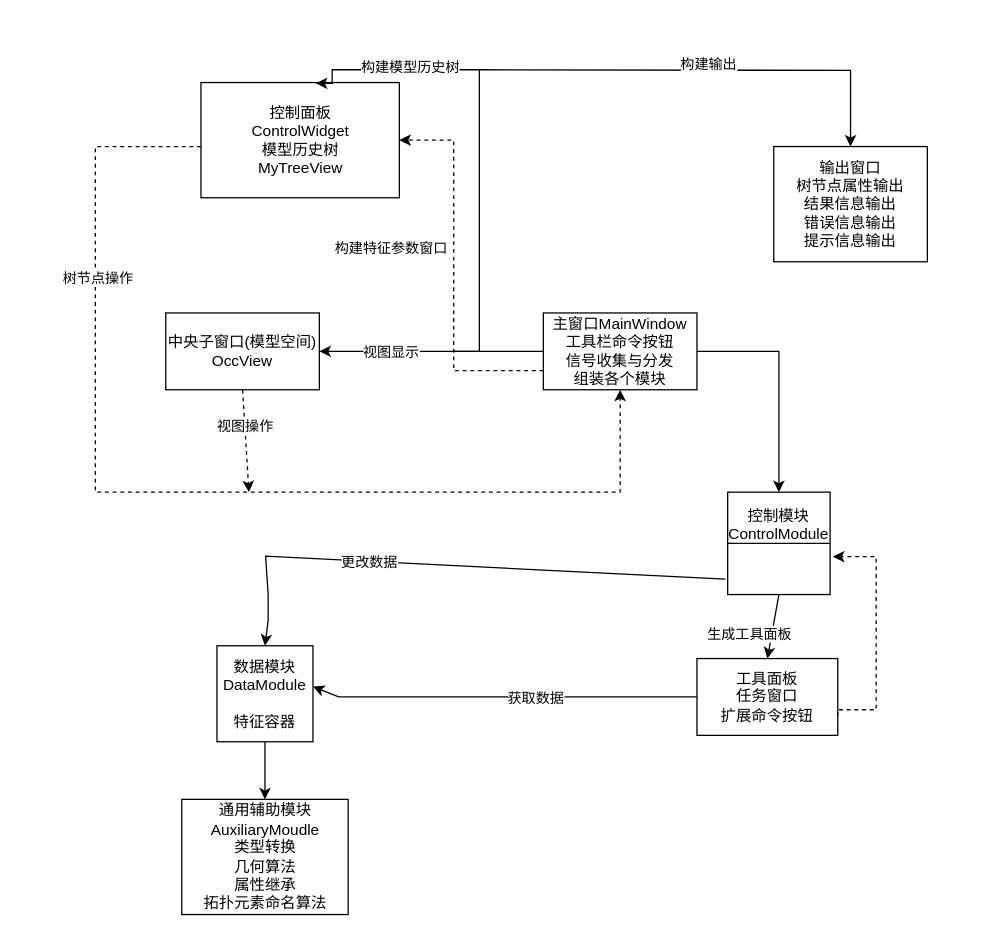
Before: mvc详解架构.drawio in liuhuliuhu123/First-test, a draw.io diagram. Source tidied: cells renumbered, new cells numbered last; positions are measured from the earlier drawing's top-left corner, leaving out a move shared by most shapes. Both pictures are drawn from the tidied source at 128%, with x=0, y=0 at pixel (95, 69).
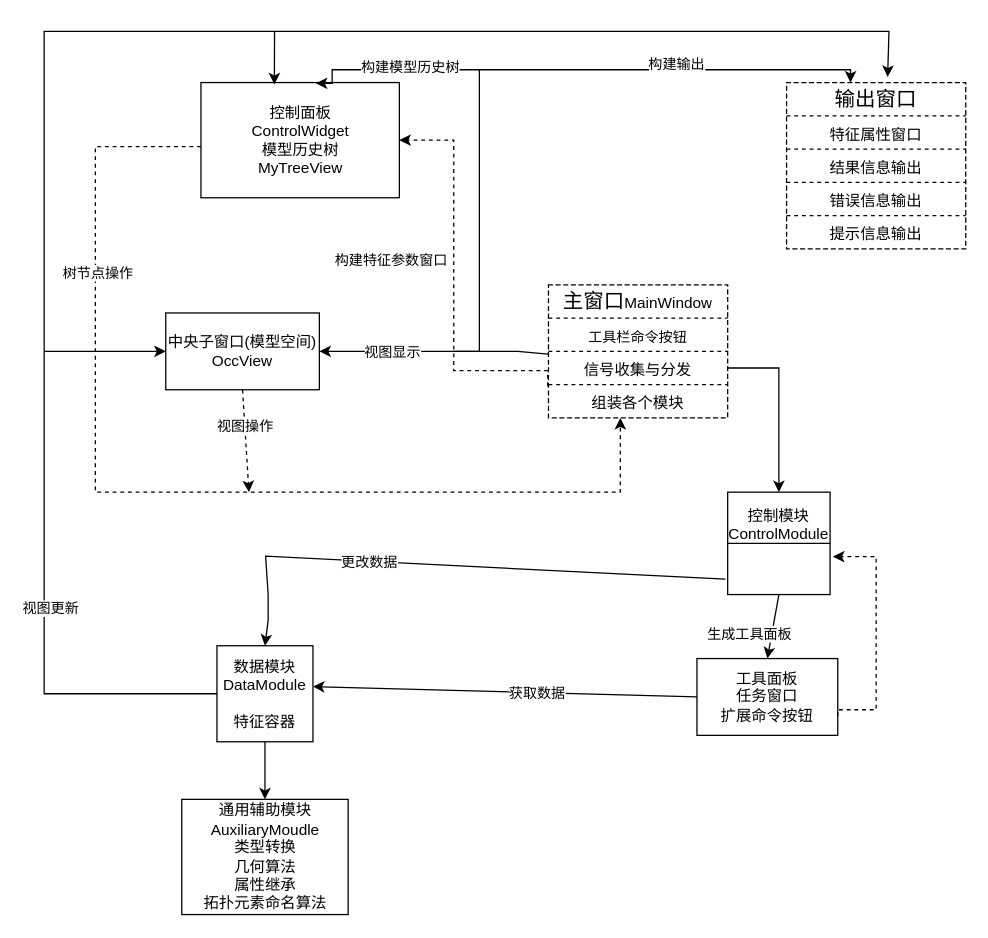
The same page after the edit.

Commit message (it also covers changes not shown here):
更新mvc详解架构.drawio

The change refers to these unchanged cells:
```xml
<mxCell id="2" value="控制模块&lt;br&gt;ControlModule&lt;br&gt;&lt;br&gt;&lt;br&gt;" style="whiteSpace=wrap;html=1;" parent="1" vertex="1">
  <mxGeometry x="494" y="330" width="80" height="80" as="geometry" />
</mxCell>
<mxCell id="3" value="数据模块&lt;br style=&quot;border-color: var(--border-color);&quot;&gt;DataModule&lt;br style=&quot;border-color: var(--border-color);&quot;&gt;&lt;br style=&quot;border-color: var(--border-color);&quot;&gt;特征容器" style="whiteSpace=wrap;html=1;" parent="1" vertex="1">
  <mxGeometry x="95" y="450" width="75" height="75" as="geometry" />
</mxCell>
<mxCell id="6" value="中央子窗口(模型空间)&lt;br&gt;OccView" style="rounded=0;whiteSpace=wrap;html=1;" parent="1" vertex="1">
  <mxGeometry x="55" y="190" width="120" height="60" as="geometry" />
</mxCell>
<mxCell id="7" value="工具面板&lt;br&gt;任务窗口&lt;br&gt;扩展命令按钮" style="rounded=0;whiteSpace=wrap;html=1;" parent="1" vertex="1">
  <mxGeometry x="470" y="460" width="110" height="60" as="geometry" />
</mxCell>
<mxCell id="9" value="控制面板&lt;br&gt;ControlWidget&lt;br&gt;模型历史树&lt;br&gt;MyTreeView" style="rounded=0;whiteSpace=wrap;html=1;" parent="1" vertex="1">
  <mxGeometry x="82.5" y="10" width="155" height="90" as="geometry" />
</mxCell>
```

Change to the diagram source:
```diff
@@
-    <mxCell id="5" value="主窗口MainWindow&lt;br&gt;工具栏命令按钮&lt;br&gt;信号收集与分发&lt;br&gt;组装各个模块" style="rounded=0;whiteSpace=wrap;html=1;" parent="1" vertex="1">
-      <mxGeometry x="350" y="190" width="120" height="60" as="geometry" />
-    </mxCell>
@@
-    <mxCell id="8" value="输出窗口&lt;br&gt;树节点属性输出&lt;br&gt;结果信息输出&lt;br&gt;错误信息输出&lt;br&gt;提示信息输出" style="rounded=0;whiteSpace=wrap;html=1;" parent="1" vertex="1">
-      <mxGeometry x="530" y="60" width="120" height="90" as="geometry" />
-    </mxCell>
@@
-    <mxCell id="12" style="endArrow=classic;html=1;rounded=0;exitX=0;exitY=0.5;exitDx=0;exitDy=0;entryX=1;entryY=0.5;entryDx=0;entryDy=0;" parent="1" edge="1" source="5" target="6">
-      <mxGeometry relative="1" as="geometry" />
+    <mxCell id="12" style="endArrow=classic;html=1;rounded=0;exitX=0.013;exitY=0.092;exitDx=0;exitDy=0;entryX=1;entryY=0.5;entryDx=0;entryDy=0;exitPerimeter=0;" parent="1" edge="1" source="52" target="6">
+      <mxGeometry relative="1" as="geometry">
+        <Array as="points">
+          <mxPoint x="330" y="220" />
+        </Array>
+      </mxGeometry>
     </mxCell>
@@
-    <mxCell id="16" style="endArrow=classic;html=1;rounded=0;entryX=0.5;entryY=0;entryDx=0;entryDy=0;edgeStyle=orthogonalEdgeStyle;" parent="1" edge="1" target="8">
+    <mxCell id="16" style="endArrow=classic;html=1;rounded=0;edgeStyle=orthogonalEdgeStyle;entryX=0.357;entryY=0;entryDx=0;entryDy=0;entryPerimeter=0;" parent="1" edge="1" target="37">
       <mxGeometry relative="1" as="geometry">
         <mxPoint x="300" as="sourcePoint" />
+        <Array as="points">
+          <mxPoint x="590" />
+        </Array>
       </mxGeometry>
     </mxCell>
@@
-    <mxCell id="18" style="endArrow=classic;html=1;rounded=0;edgeStyle=orthogonalEdgeStyle;dashed=1;" parent="1" edge="1" source="9" target="5">
+    <mxCell id="18" style="endArrow=classic;html=1;rounded=0;edgeStyle=orthogonalEdgeStyle;dashed=1;entryX=0.401;entryY=1;entryDx=0;entryDy=0;entryPerimeter=0;" parent="1" edge="1" source="9" target="54">
       <mxGeometry relative="1" as="geometry">
         <Array as="points">
           <mxPoint y="60" />
           <mxPoint y="330" />
           <mxPoint x="410" y="330" />
         </Array>
       </mxGeometry>
     </mxCell>
@@
-    <mxCell id="22" style="endArrow=classic;html=1;rounded=0;exitX=1;exitY=0.5;exitDx=0;exitDy=0;entryX=0.5;entryY=0;entryDx=0;entryDy=0;edgeStyle=orthogonalEdgeStyle;" parent="1" edge="1" source="5" target="2">
+    <mxCell id="22" style="endArrow=classic;html=1;rounded=0;exitX=1;exitY=0.5;exitDx=0;exitDy=0;entryX=0.5;entryY=0;entryDx=0;entryDy=0;edgeStyle=orthogonalEdgeStyle;" parent="1" edge="1" source="52" target="2">
       <mxGeometry relative="1" as="geometry" />
     </mxCell>
-    <mxCell id="23" style="endArrow=classic;html=1;rounded=0;exitX=0;exitY=0.75;exitDx=0;exitDy=0;entryX=1;entryY=0.5;entryDx=0;entryDy=0;edgeStyle=orthogonalEdgeStyle;dashed=1;" parent="1" edge="1" source="5" target="9">
+    <mxCell id="23" style="endArrow=classic;html=1;rounded=0;exitX=-0.004;exitY=0.046;exitDx=0;exitDy=0;entryX=1;entryY=0.5;entryDx=0;entryDy=0;edgeStyle=orthogonalEdgeStyle;dashed=1;exitPerimeter=0;" parent="1" edge="1" source="54" target="9">
       <mxGeometry relative="1" as="geometry">
         <Array as="points">
+          <mxPoint x="353" y="235" />
           <mxPoint x="280" y="235" />
           <mxPoint x="280" y="55" />
         </Array>
       </mxGeometry>
     </mxCell>
@@
     <mxCell id="30" style="endArrow=classic;html=1;rounded=0;entryX=1;entryY=0.425;entryDx=0;entryDy=0;entryPerimeter=0;exitX=0;exitY=0.5;exitDx=0;exitDy=0;" parent="1" edge="1" source="7" target="3">
-      <mxGeometry relative="1" as="geometry">
-        <Array as="points">
-          <mxPoint x="280" y="490" />
-          <mxPoint x="190" y="490" />
-        </Array>
-      </mxGeometry>
+      <mxGeometry relative="1" as="geometry" />
     </mxCell>
@@
+    <mxCell id="32" style="endArrow=classic;html=1;rounded=0;exitX=0;exitY=0.5;exitDx=0;exitDy=0;edgeStyle=orthogonalEdgeStyle;entryX=0.564;entryY=-0.169;entryDx=0;entryDy=0;entryPerimeter=0;" parent="1" edge="1" source="3" target="37">
+      <mxGeometry relative="1" as="geometry">
+        <Array as="points">
+          <mxPoint x="-40" y="488" />
+          <mxPoint x="-40" y="-30" />
+          <mxPoint x="620" y="-30" />
+        </Array>
+      </mxGeometry>
+    </mxCell>
+    <mxCell id="33" value="视图更新" style="edgeLabel;html=1;align=center;verticalAlign=middle;" parent="32" vertex="1">
+      <mxGeometry x="-0.7" y="-4" relative="1" as="geometry" />
+    </mxCell>
+    <mxCell id="34" style="endArrow=classic;html=1;rounded=0;entryX=0;entryY=0.5;entryDx=0;entryDy=0;" parent="1" edge="1" target="6">
+      <mxGeometry relative="1" as="geometry">
+        <mxPoint x="-40" y="220" as="sourcePoint" />
+      </mxGeometry>
+    </mxCell>
+    <mxCell id="35" style="endArrow=classic;html=1;rounded=0;entryX=0.37;entryY=0.016;entryDx=0;entryDy=0;entryPerimeter=0;" parent="1" edge="1" target="9">
+      <mxGeometry relative="1" as="geometry">
+        <mxPoint x="140" y="-30" as="sourcePoint" />
+      </mxGeometry>
+    </mxCell>
+    <mxCell id="36" style="shape=table;startSize=0;childLayout=tableLayout;fontSize=16;dashed=1;" parent="1" vertex="1">
+      <mxGeometry x="540" y="10" width="140" height="130" as="geometry" />
+    </mxCell>
+    <mxCell id="37" style="shape=tableRow;horizontal=0;startSize=0;swimlaneHead=0;swimlaneBody=0;strokeColor=inherit;top=0;left=0;bottom=0;right=0;fillColor=none;points=[[0,0.5],[1,0.5]];portConstraint=eastwest;fontSize=16;" parent="36" vertex="1">
+      <mxGeometry width="140" height="26" as="geometry" />
+    </mxCell>
+    <mxCell id="38" value="&lt;font style=&quot;font-size: 16px;&quot;&gt;输出窗口&lt;/font&gt;" style="shape=partialRectangle;html=1;whiteSpace=wrap;strokeColor=inherit;overflow=hidden;fillColor=none;top=0;left=0;bottom=0;right=0;fontSize=16;" parent="37" vertex="1">
+      <mxGeometry width="140" height="26" as="geometry" />
+    </mxCell>
+    <mxCell id="39" style="shape=tableRow;horizontal=0;startSize=0;swimlaneHead=0;swimlaneBody=0;strokeColor=inherit;top=0;left=0;bottom=0;right=0;fillColor=none;fontSize=16;" parent="36" vertex="1">
+      <mxGeometry y="26" width="140" height="26" as="geometry" />
+    </mxCell>
+    <mxCell id="40" value="&lt;font style=&quot;font-size: 12px;&quot;&gt;特征属性窗口&lt;/font&gt;" style="shape=partialRectangle;html=1;whiteSpace=wrap;strokeColor=inherit;overflow=hidden;fillColor=none;top=0;left=0;bottom=0;right=0;fontSize=16;" parent="39" vertex="1">
+      <mxGeometry width="140" height="26" as="geometry" />
+    </mxCell>
+    <mxCell id="41" style="shape=tableRow;horizontal=0;startSize=0;swimlaneHead=0;swimlaneBody=0;strokeColor=inherit;top=0;left=0;bottom=0;right=0;fillColor=none;fontSize=16;" parent="36" vertex="1">
+      <mxGeometry y="52" width="140" height="26" as="geometry" />
+    </mxCell>
+    <mxCell id="42" value="&lt;font style=&quot;font-size: 12px;&quot;&gt;结果信息输出&lt;/font&gt;" style="shape=partialRectangle;html=1;whiteSpace=wrap;strokeColor=inherit;overflow=hidden;fillColor=none;top=0;left=0;bottom=0;right=0;fontSize=16;" parent="41" vertex="1">
+      <mxGeometry width="140" height="26" as="geometry" />
+    </mxCell>
+    <mxCell id="43" style="shape=tableRow;horizontal=0;startSize=0;swimlaneHead=0;swimlaneBody=0;strokeColor=inherit;top=0;left=0;bottom=0;right=0;fillColor=none;fontSize=16;" parent="36" vertex="1">
+      <mxGeometry y="78" width="140" height="26" as="geometry" />
+    </mxCell>
+    <mxCell id="44" value="&lt;font style=&quot;font-size: 12px;&quot;&gt;错误信息输出&lt;/font&gt;" style="shape=partialRectangle;html=1;whiteSpace=wrap;strokeColor=inherit;overflow=hidden;fillColor=none;top=0;left=0;bottom=0;right=0;fontSize=16;" parent="43" vertex="1">
+      <mxGeometry width="140" height="26" as="geometry" />
+    </mxCell>
+    <mxCell id="45" style="shape=tableRow;horizontal=0;startSize=0;swimlaneHead=0;swimlaneBody=0;strokeColor=inherit;top=0;left=0;bottom=0;right=0;fillColor=none;fontSize=16;" parent="36" vertex="1">
+      <mxGeometry y="104" width="140" height="26" as="geometry" />
+    </mxCell>
+    <mxCell id="46" value="&lt;font style=&quot;font-size: 12px;&quot;&gt;提示信息输出&lt;/font&gt;" style="shape=partialRectangle;html=1;whiteSpace=wrap;strokeColor=inherit;overflow=hidden;fillColor=none;top=0;left=0;bottom=0;right=0;fontSize=16;" parent="45" vertex="1">
+      <mxGeometry width="140" height="26" as="geometry" />
+    </mxCell>
+    <mxCell id="47" style="shape=table;startSize=0;childLayout=tableLayout;fontSize=16;dashed=1;" parent="1" vertex="1">
+      <mxGeometry x="354" y="168" width="140" height="104" as="geometry" />
+    </mxCell>
+    <mxCell id="48" style="shape=tableRow;horizontal=0;startSize=0;swimlaneHead=0;swimlaneBody=0;strokeColor=inherit;top=0;left=0;bottom=0;right=0;fillColor=none;fontSize=16;" parent="47" vertex="1">
+      <mxGeometry width="140" height="26" as="geometry" />
+    </mxCell>
+    <mxCell id="49" value="主窗口&lt;font style=&quot;font-size: 12px;&quot;&gt;MainWindow&lt;/font&gt;" style="shape=partialRectangle;html=1;whiteSpace=wrap;strokeColor=inherit;overflow=hidden;fillColor=none;top=0;left=0;bottom=0;right=0;fontSize=16;" parent="48" vertex="1">
+      <mxGeometry width="140" height="26" as="geometry" />
+    </mxCell>
+    <mxCell id="50" style="shape=tableRow;horizontal=0;startSize=0;swimlaneHead=0;swimlaneBody=0;strokeColor=inherit;top=0;left=0;bottom=0;right=0;fillColor=none;fontSize=16;" parent="47" vertex="1">
+      <mxGeometry y="26" width="140" height="26" as="geometry" />
+    </mxCell>
+    <mxCell id="51" value="&lt;font style=&quot;font-size: 11px;&quot;&gt;工具栏命令按钮&lt;/font&gt;" style="shape=partialRectangle;html=1;whiteSpace=wrap;strokeColor=inherit;overflow=hidden;fillColor=none;top=0;left=0;bottom=0;right=0;fontSize=16;" parent="50" vertex="1">
+      <mxGeometry width="140" height="26" as="geometry" />
+    </mxCell>
+    <mxCell id="52" style="shape=tableRow;horizontal=0;startSize=0;swimlaneHead=0;swimlaneBody=0;strokeColor=inherit;top=0;left=0;bottom=0;right=0;fillColor=none;points=[[0,0.5],[1,0.5]];portConstraint=eastwest;fontSize=16;" parent="47" vertex="1">
+      <mxGeometry y="52" width="140" height="26" as="geometry" />
+    </mxCell>
+    <mxCell id="53" value="&lt;font style=&quot;font-size: 12px;&quot;&gt;信号收集与分发&lt;/font&gt;" style="shape=partialRectangle;html=1;whiteSpace=wrap;strokeColor=inherit;overflow=hidden;fillColor=none;top=0;left=0;bottom=0;right=0;fontSize=16;" parent="52" vertex="1">
+      <mxGeometry width="140" height="26" as="geometry" />
+    </mxCell>
+    <mxCell id="54" style="shape=tableRow;horizontal=0;startSize=0;swimlaneHead=0;swimlaneBody=0;strokeColor=inherit;top=0;left=0;bottom=0;right=0;fillColor=none;points=[[0,0.5],[1,0.5]];portConstraint=eastwest;fontSize=16;" parent="47" vertex="1">
+      <mxGeometry y="78" width="140" height="26" as="geometry" />
+    </mxCell>
+    <mxCell id="55" value="&lt;font style=&quot;font-size: 12px;&quot;&gt;组装各个模块&lt;/font&gt;" style="shape=partialRectangle;html=1;whiteSpace=wrap;strokeColor=inherit;overflow=hidden;fillColor=none;top=0;left=0;bottom=0;right=0;fontSize=16;" parent="54" vertex="1">
+      <mxGeometry width="140" height="26" as="geometry" />
+    </mxCell>
```
